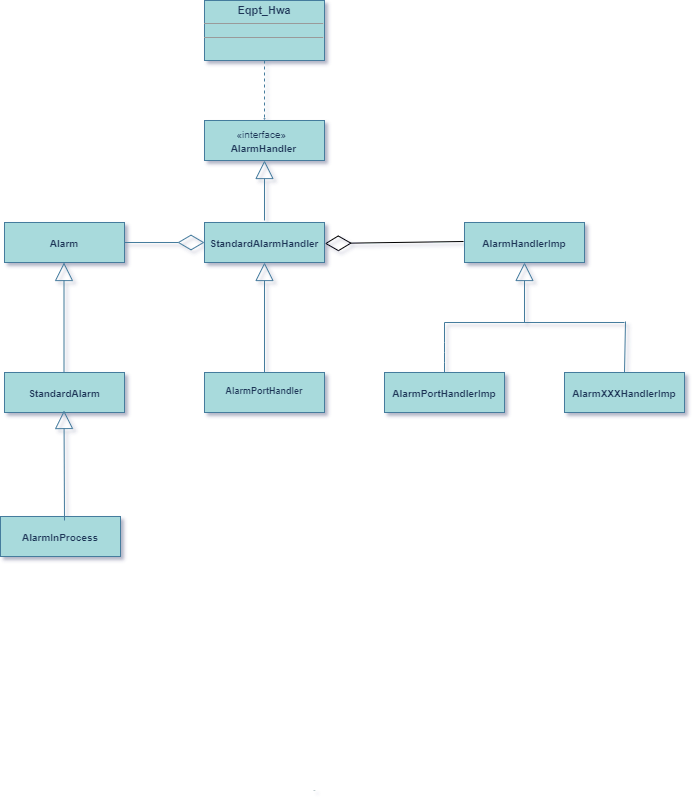
Before: UML/AlarmPortHandler.png, a diagram exported from draw.io (Steve888888/FN-Redundancy). Source tidied: cells renumbered, new cells last; positions are measured from the earlier drawing's top-left corner, leaving out a move shared by most shapes. The source it was exported from:
```xml
<mxGraphModel background="#ffffff" shadow="1">
  <root>
    <mxCell id="0" />
    <mxCell id="1" parent="0" />
    <mxCell id="2" value="&lt;p style=&quot;margin: 4px 0px 0px ; text-align: center ; font-size: 10px&quot;&gt;&lt;br&gt;&lt;b&gt;AlarmXXXHandlerImp&lt;/b&gt;&lt;/p&gt;" style="verticalAlign=top;align=left;overflow=fill;fontSize=12;fontFamily=Helvetica;html=1;fillColor=#A8DADC;strokeColor=#457B9D;fontColor=#1D3557;" parent="1" vertex="1">
      <mxGeometry x="564" y="372" width="120" height="40" as="geometry" />
    </mxCell>
    <mxCell id="3" value="&lt;p style=&quot;margin: 4px 0px 0px ; text-align: center ; font-size: 10px&quot;&gt;&lt;br&gt;&lt;b&gt;AlarmHandlerImp&lt;/b&gt;&lt;/p&gt;" style="verticalAlign=top;align=left;overflow=fill;fontSize=12;fontFamily=Helvetica;html=1;fillColor=#A8DADC;strokeColor=#457B9D;fontColor=#1D3557;" parent="1" vertex="1">
      <mxGeometry x="464" y="222" width="120" height="40" as="geometry" />
    </mxCell>
    <mxCell id="4" value="&lt;p style=&quot;margin: 4px 0px 0px ; text-align: center ; font-size: 10px&quot;&gt;&lt;b&gt;&lt;br&gt;AlarmPortHandlerImp&lt;/b&gt;&lt;/p&gt;" style="verticalAlign=top;align=left;overflow=fill;fontSize=12;fontFamily=Helvetica;html=1;fillColor=#A8DADC;strokeColor=#457B9D;fontColor=#1D3557;" parent="1" vertex="1">
      <mxGeometry x="384" y="372" width="120" height="40" as="geometry" />
    </mxCell>
    <mxCell id="5" style="endArrow=block;endSize=16;endFill=0;html=1;strokeColor=#457B9D;fontColor=#1D3557;labelBackgroundColor=#F1FAEE;" parent="1" edge="1">
      <mxGeometry x="1" y="10" relative="1" as="geometry">
        <mxPoint x="524" y="322" as="sourcePoint" />
        <mxPoint x="524" y="262" as="targetPoint" />
      </mxGeometry>
    </mxCell>
    <mxCell id="6" style="endArrow=none;html=1;strokeColor=#457B9D;fontColor=#1D3557;labelBackgroundColor=#F1FAEE;" parent="1" edge="1">
      <mxGeometry relative="1" as="geometry">
        <mxPoint x="444" y="322" as="sourcePoint" />
        <mxPoint x="624" y="322" as="targetPoint" />
      </mxGeometry>
    </mxCell>
    <mxCell id="7" style="endArrow=none;html=1;strokeColor=#457B9D;fontColor=#1D3557;labelBackgroundColor=#F1FAEE;" parent="1" edge="1">
      <mxGeometry relative="1" as="geometry">
        <mxPoint x="444" y="372" as="sourcePoint" />
        <mxPoint x="444" y="322" as="targetPoint" />
        <Array as="points">
          <mxPoint x="444" y="352" />
        </Array>
      </mxGeometry>
    </mxCell>
    <mxCell id="8" style="endArrow=none;html=1;strokeColor=#457B9D;fontColor=#1D3557;labelBackgroundColor=#F1FAEE;" parent="1" edge="1">
      <mxGeometry relative="1" as="geometry">
        <mxPoint x="624" y="372" as="sourcePoint" />
        <mxPoint x="625" y="321" as="targetPoint" />
      </mxGeometry>
    </mxCell>
    <mxCell id="9" style="edgeStyle=none;orthogonalLoop=1;jettySize=auto;html=0;exitX=0.5;exitY=0;exitDx=0;exitDy=0;endArrow=block;endFill=0;endSize=16;strokeColor=#457B9D;fontColor=#1D3557;labelBackgroundColor=#F1FAEE;" parent="1" edge="1" source="4" target="4">
      <mxGeometry relative="1" as="geometry" />
    </mxCell>
    <mxCell id="10" style="edgeStyle=none;orthogonalLoop=1;jettySize=auto;html=0;exitX=1;exitY=0.5;exitDx=0;exitDy=0;endArrow=block;endFill=0;endSize=16;fontSize=9;strokeColor=#457B9D;fontColor=#1D3557;labelBackgroundColor=#F1FAEE;" parent="1" edge="1" source="4" target="4">
      <mxGeometry relative="1" as="geometry" />
    </mxCell>
    <mxCell id="11" style="edgeStyle=none;orthogonalLoop=1;jettySize=auto;html=0;exitX=0;exitY=0.5;exitDx=0;exitDy=0;endArrow=block;endFill=0;endSize=16;fontSize=9;strokeColor=#457B9D;fontColor=#1D3557;labelBackgroundColor=#F1FAEE;" parent="1" edge="1" source="4" target="4">
      <mxGeometry relative="1" as="geometry" />
    </mxCell>
    <mxCell id="12" style="edgeStyle=none;orthogonalLoop=1;jettySize=auto;html=0;exitX=0.25;exitY=0;exitDx=0;exitDy=0;endArrow=block;endFill=0;endSize=16;fontSize=9;strokeColor=#457B9D;fontColor=#1D3557;labelBackgroundColor=#F1FAEE;" parent="1" edge="1" source="2" target="2">
      <mxGeometry relative="1" as="geometry" />
    </mxCell>
    <mxCell id="13" value="&lt;p style=&quot;margin: 4px 0px 0px ; text-align: center ; font-size: 9px&quot;&gt;&lt;br&gt;&lt;b&gt;AlarmPortHandler&lt;/b&gt;&lt;br&gt;&lt;/p&gt;" style="verticalAlign=top;align=left;overflow=fill;fontSize=12;fontFamily=Helvetica;html=1;fillColor=#A8DADC;strokeColor=#457B9D;fontColor=#1D3557;" parent="1" vertex="1">
      <mxGeometry x="204" y="372" width="120" height="40" as="geometry" />
    </mxCell>
    <mxCell id="14" value="&lt;font style=&quot;font-size: 10px&quot;&gt;&amp;nbsp; &amp;nbsp; &amp;nbsp; &amp;nbsp; &amp;nbsp; &amp;nbsp;«interface»&lt;br&gt;&lt;b&gt;&amp;nbsp; &amp;nbsp; &amp;nbsp; &amp;nbsp; &amp;nbsp;AlarmHandler&lt;/b&gt;&lt;/font&gt;" style="html=1;align=left;fillColor=#A8DADC;strokeColor=#457B9D;fontColor=#1D3557;" parent="1" vertex="1">
      <mxGeometry x="204" y="120" width="120" height="40" as="geometry" />
    </mxCell>
    <mxCell id="15" style="edgeStyle=none;orthogonalLoop=1;jettySize=auto;html=0;exitX=0.5;exitY=0;exitDx=0;exitDy=0;endArrow=block;endFill=0;endSize=16;fontSize=9;strokeColor=#457B9D;fontColor=#1D3557;labelBackgroundColor=#F1FAEE;" parent="1" edge="1" source="14" target="14">
      <mxGeometry relative="1" as="geometry" />
    </mxCell>
    <mxCell id="16" style="endArrow=block;endSize=16;endFill=0;html=1;fontSize=9;strokeColor=#457B9D;fontColor=#1D3557;labelBackgroundColor=#F1FAEE;" parent="1" edge="1">
      <mxGeometry relative="1" as="geometry">
        <mxPoint x="264" y="372" as="sourcePoint" />
        <mxPoint x="264" y="262" as="targetPoint" />
      </mxGeometry>
    </mxCell>
    <mxCell id="17" value="&lt;p style=&quot;margin: 4px 0px 0px ; text-align: center ; font-size: 11px&quot;&gt;&lt;b&gt;&lt;font style=&quot;font-size: 11px&quot;&gt;Eqpt_Hwa&lt;/font&gt;&lt;/b&gt;&lt;/p&gt;&lt;hr size=&quot;1&quot; style=&quot;font-size: 11px&quot;&gt;&lt;div style=&quot;height: 2px ; font-size: 11px&quot;&gt;&lt;/div&gt;&lt;hr size=&quot;1&quot; style=&quot;font-size: 11px&quot;&gt;&lt;div style=&quot;height: 2px ; font-size: 11px&quot;&gt;&lt;/div&gt;" style="verticalAlign=top;align=left;overflow=fill;fontSize=12;fontFamily=Helvetica;html=1;fillColor=#A8DADC;strokeColor=#457B9D;fontColor=#1D3557;" parent="1" vertex="1">
      <mxGeometry x="204" width="120" height="60" as="geometry" />
    </mxCell>
    <mxCell id="18" value="Use" style="endArrow=open;endSize=0;dashed=1;html=1;fontSize=1;exitX=0.5;exitY=1;exitDx=0;exitDy=0;entryX=0.5;entryY=0;entryDx=0;entryDy=0;strokeColor=#457B9D;fontColor=#1D3557;labelBackgroundColor=#F1FAEE;spacing=0;" parent="1" edge="1" source="17" target="14">
      <mxGeometry x="1" y="672" relative="1" as="geometry">
        <mxPoint x="-622" y="670" as="offset" />
      </mxGeometry>
    </mxCell>
    <mxCell id="19" value="&lt;p style=&quot;margin: 4px 0px 0px ; text-align: center ; font-size: 10px&quot;&gt;&lt;br&gt;&lt;b&gt;StandardAlarm&lt;/b&gt;&lt;/p&gt;" style="verticalAlign=top;align=left;overflow=fill;fontSize=12;fontFamily=Helvetica;html=1;fillColor=#A8DADC;strokeColor=#457B9D;fontColor=#1D3557;" parent="1" vertex="1">
      <mxGeometry x="4" y="372" width="120" height="40" as="geometry" />
    </mxCell>
    <mxCell id="20" style="endArrow=diamondThin;endFill=0;endSize=24;html=1;strokeColor=#457B9D;fillColor=#A8DADC;fontColor=#1D3557;labelBackgroundColor=#F1FAEE;" parent="1" edge="1">
      <mxGeometry relative="1" as="geometry">
        <mxPoint x="124" y="242" as="sourcePoint" />
        <mxPoint x="204" y="242" as="targetPoint" />
      </mxGeometry>
    </mxCell>
    <mxCell id="21" value="&lt;p style=&quot;margin: 4px 0px 0px ; text-align: center ; font-size: 10px&quot;&gt;&lt;br&gt;&lt;b&gt;Alarm&lt;/b&gt;&lt;/p&gt;" style="verticalAlign=top;align=left;overflow=fill;fontSize=12;fontFamily=Helvetica;html=1;fillColor=#A8DADC;strokeColor=#457B9D;fontColor=#1D3557;" parent="1" vertex="1">
      <mxGeometry x="4" y="222" width="120" height="40" as="geometry" />
    </mxCell>
    <mxCell id="22" style="endArrow=block;endSize=16;endFill=0;html=1;fontSize=9;strokeColor=#457B9D;fontColor=#1D3557;labelBackgroundColor=#F1FAEE;" parent="1" edge="1">
      <mxGeometry relative="1" as="geometry">
        <mxPoint x="63.5" y="372" as="sourcePoint" />
        <mxPoint x="63.5" y="262" as="targetPoint" />
      </mxGeometry>
    </mxCell>
    <mxCell id="23" value="&lt;p style=&quot;margin: 4px 0px 0px ; text-align: center ; font-size: 10px&quot;&gt;&lt;br&gt;&lt;b&gt;AlarmInProcess&lt;/b&gt;&lt;/p&gt;" style="verticalAlign=top;align=left;overflow=fill;fontSize=12;fontFamily=Helvetica;html=1;fillColor=#A8DADC;strokeColor=#457B9D;fontColor=#1D3557;" parent="1" vertex="1">
      <mxGeometry y="516" width="120" height="40" as="geometry" />
    </mxCell>
    <mxCell id="24" style="endArrow=block;endSize=16;endFill=0;html=1;fontSize=9;strokeColor=#457B9D;fontColor=#1D3557;labelBackgroundColor=#F1FAEE;" parent="1" edge="1">
      <mxGeometry relative="1" as="geometry">
        <mxPoint x="64" y="520" as="sourcePoint" />
        <mxPoint x="63.5" y="410" as="targetPoint" />
      </mxGeometry>
    </mxCell>
    <mxCell id="25" value="&lt;p style=&quot;margin: 4px 0px 0px ; text-align: center ; font-size: 10px&quot;&gt;&lt;br&gt;&lt;b&gt;StandardAlarmHandler&lt;/b&gt;&lt;/p&gt;" style="verticalAlign=top;align=left;overflow=fill;fontSize=12;fontFamily=Helvetica;html=1;fillColor=#A8DADC;strokeColor=#457B9D;fontColor=#1D3557;" parent="1" vertex="1">
      <mxGeometry x="204" y="222" width="120" height="40" as="geometry" />
    </mxCell>
    <mxCell id="26" style="endArrow=block;endSize=16;endFill=0;html=1;fontSize=9;strokeColor=#457B9D;fontColor=#1D3557;labelBackgroundColor=#F1FAEE;" parent="1" edge="1" target="14">
      <mxGeometry relative="1" as="geometry">
        <mxPoint x="264" y="220" as="sourcePoint" />
      </mxGeometry>
    </mxCell>
    <mxCell id="27" style="endArrow=diamondThin;endFill=0;endSize=24;html=1;entryX=1.003;entryY=0.525;entryDx=0;entryDy=0;entryPerimeter=0;exitX=-0.008;exitY=0.475;exitDx=0;exitDy=0;exitPerimeter=0;" parent="1" edge="1" source="3" target="25">
      <mxGeometry relative="1" as="geometry" />
    </mxCell>
  </root>
</mxGraphModel>
```
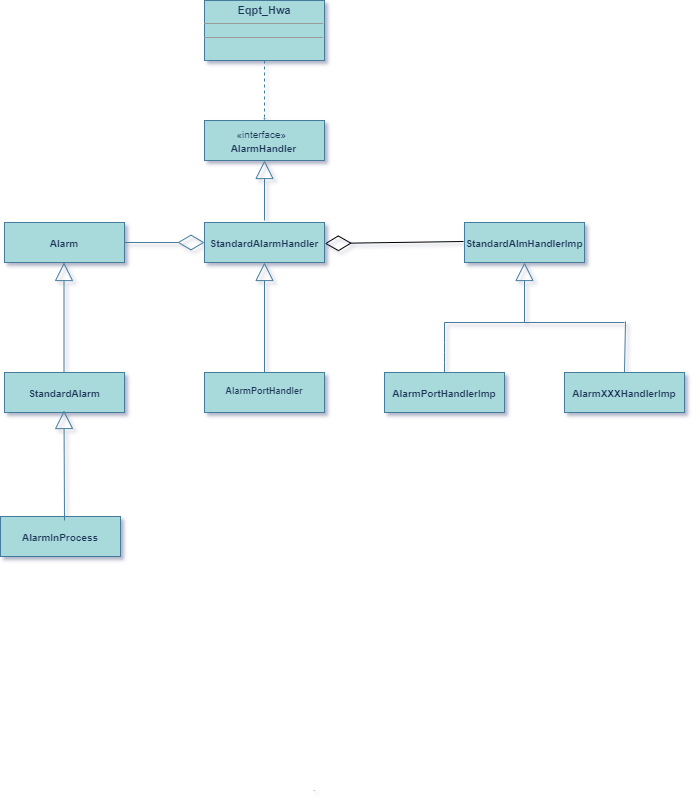
Later version of the same file.

The edit, as a diff of the source:
```diff
@@ -5,7 +5,7 @@
     <mxCell id="2" value="&lt;p style=&quot;margin: 4px 0px 0px ; text-align: center ; font-size: 10px&quot;&gt;&lt;br&gt;&lt;b&gt;AlarmXXXHandlerImp&lt;/b&gt;&lt;/p&gt;" style="verticalAlign=top;align=left;overflow=fill;fontSize=12;fontFamily=Helvetica;html=1;fillColor=#A8DADC;strokeColor=#457B9D;fontColor=#1D3557;" parent="1" vertex="1">
       <mxGeometry x="564" y="372" width="120" height="40" as="geometry" />
     </mxCell>
-    <mxCell id="3" value="&lt;p style=&quot;margin: 4px 0px 0px ; text-align: center ; font-size: 10px&quot;&gt;&lt;br&gt;&lt;b&gt;AlarmHandlerImp&lt;/b&gt;&lt;/p&gt;" style="verticalAlign=top;align=left;overflow=fill;fontSize=12;fontFamily=Helvetica;html=1;fillColor=#A8DADC;strokeColor=#457B9D;fontColor=#1D3557;" parent="1" vertex="1">
+    <mxCell id="3" value="&lt;p style=&quot;margin: 4px 0px 0px ; text-align: center ; font-size: 10px&quot;&gt;&lt;br&gt;&lt;b&gt;StandardAlmHandlerImp&lt;/b&gt;&lt;/p&gt;" style="verticalAlign=top;align=left;overflow=fill;fontSize=12;fontFamily=Helvetica;html=1;fillColor=#A8DADC;strokeColor=#457B9D;fontColor=#1D3557;" parent="1" vertex="1">
       <mxGeometry x="464" y="222" width="120" height="40" as="geometry" />
     </mxCell>
     <mxCell id="4" value="&lt;p style=&quot;margin: 4px 0px 0px ; text-align: center ; font-size: 10px&quot;&gt;&lt;b&gt;&lt;br&gt;AlarmPortHandlerImp&lt;/b&gt;&lt;/p&gt;" style="verticalAlign=top;align=left;overflow=fill;fontSize=12;fontFamily=Helvetica;html=1;fillColor=#A8DADC;strokeColor=#457B9D;fontColor=#1D3557;" parent="1" vertex="1">
```
